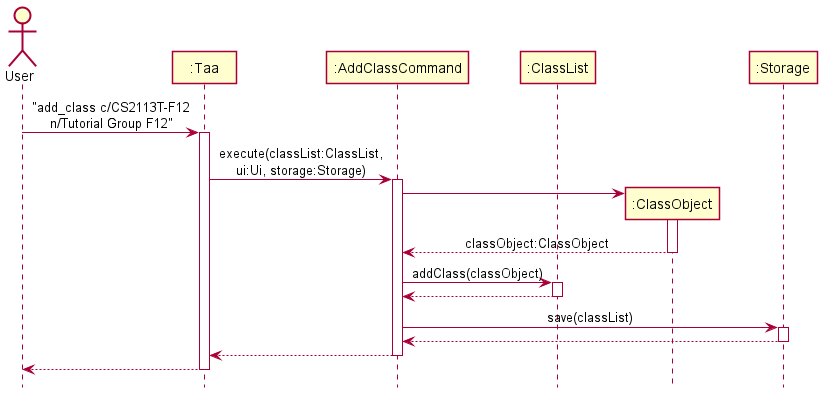
The PlantUML diagram docs/diagrams/AddClassSequenceDiagram.png in nus-cs2113-AY2122S1/tp, before a commit. The source it was exported from:
```plantuml
@startuml
!include style.puml

Actor User as user
Participant ":Taa" as taa
Participant ":AddClassCommand" as addClassCommand
Participant ":ClassList" as classList
Participant ":ClassObject" as classObject
Participant ":Storage" as storage

user -> taa : "add_class c/CS2113T-F12\nn/Tutorial Group F12"
activate taa

taa -> addClassCommand : execute(classList:ClassList,\nui:Ui, storage:Storage)
activate addClassCommand

create classObject
addClassCommand -> classObject
activate classObject
classObject --> addClassCommand : classObject:ClassObject
deactivate classObject

addClassCommand -> classList : addClass(classObject)
activate classList
classList --> addClassCommand
deactivate classList

addClassCommand -> storage : save(classList)
activate storage
storage --> addClassCommand
deactivate storage

addClassCommand --> taa
deactivate addClassCommand

taa --> user
deactivate taa

@enduml
```
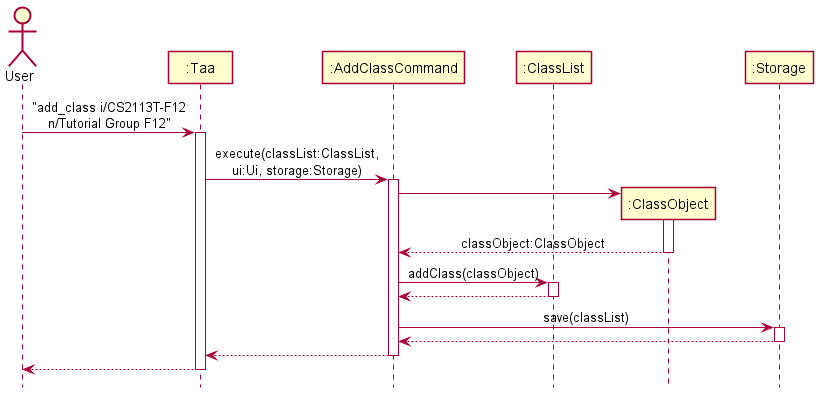
After the change.

Commit message:
Fix wrong input in AddClassSequenceDiagram

Change to the diagram source:
```diff
@@ -8,7 +8,7 @@
 Participant ":ClassObject" as classObject
 Participant ":Storage" as storage
 
-user -> taa : "add_class c/CS2113T-F12\nn/Tutorial Group F12"
+user -> taa : "add_class i/CS2113T-F12\nn/Tutorial Group F12"
 activate taa
 
 taa -> addClassCommand : execute(classList:ClassList,\nui:Ui, storage:Storage)
```
